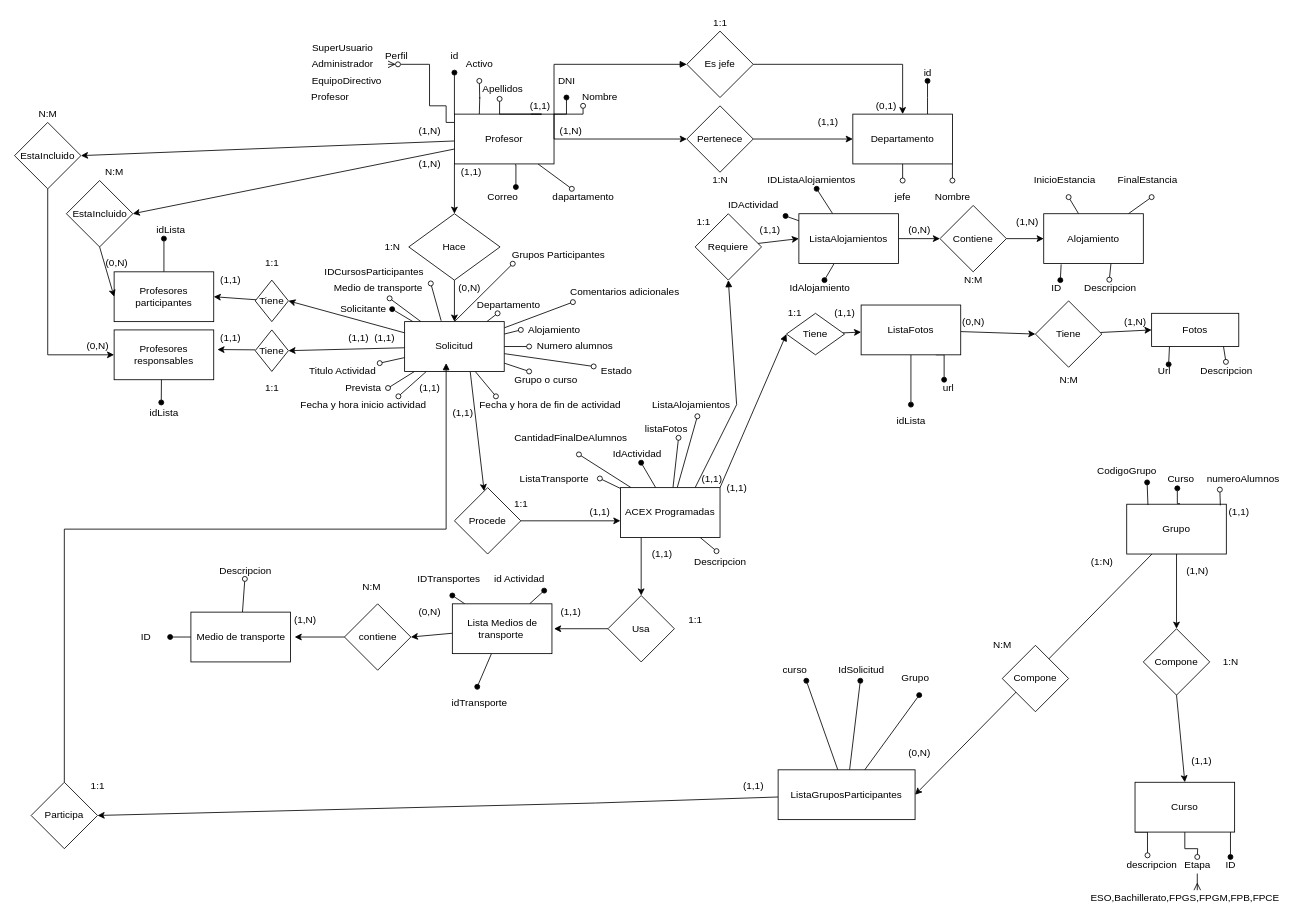
Above: Diagrama de entidad relacion.drawio in IkerG04/RetoEquipo5 (draw.io), before the change. Source tidied: cells renumbered, new cells numbered last; positions are measured from the earlier drawing's top-left corner, leaving out a move shared by most shapes. Both pictures are drawn from the tidied source at 83%, with x=0, y=0 at pixel (14, 14).
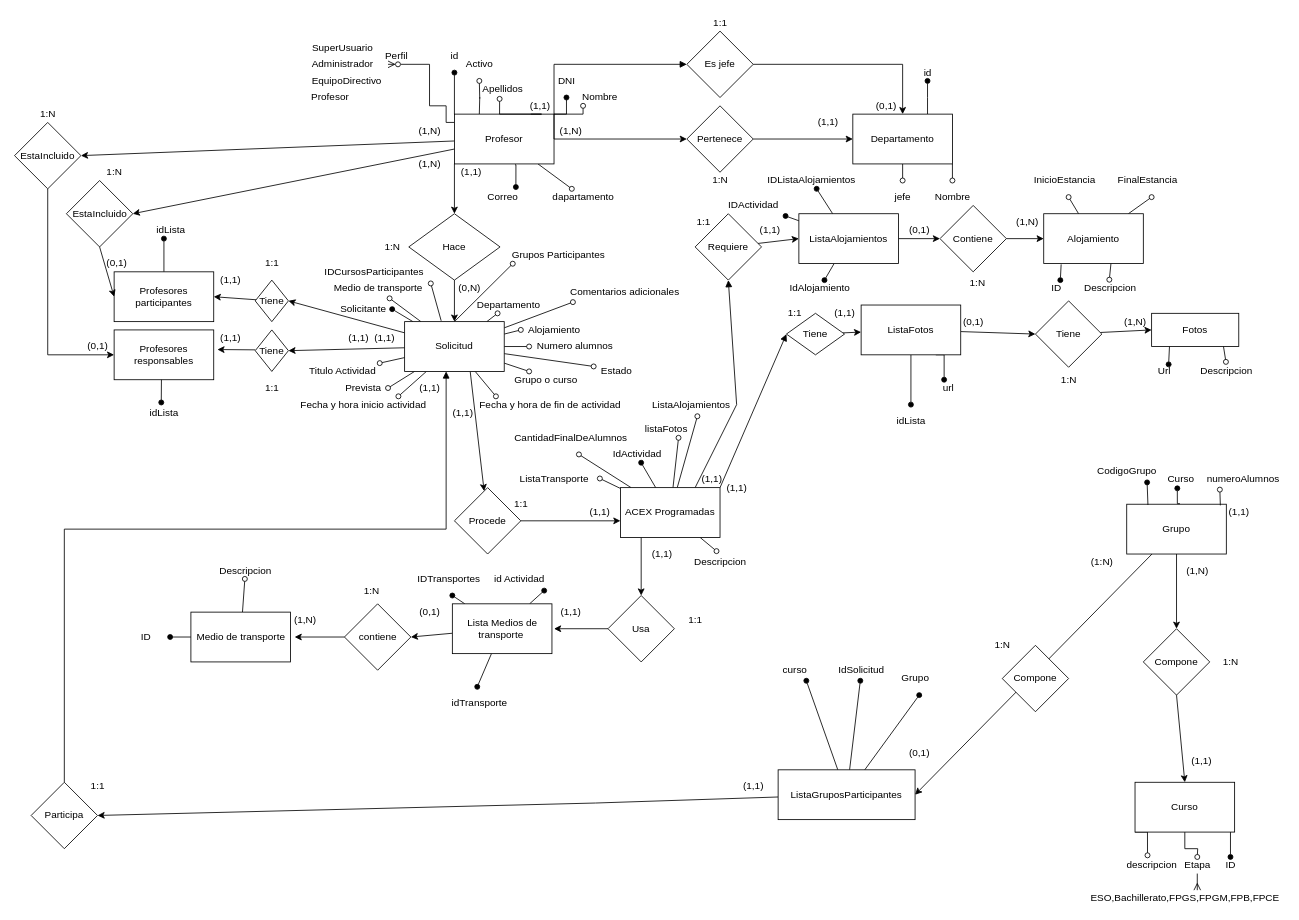
The same page after the edit.

Commit message:
Diagrama entidad relacion, de la buena

Me equivoque en las relaciones de N:M ya que no son necesarias al haber creado las tablas de antemano en vez de hacerlas en las relaciones entre tablas

The change refers to these unchanged cells:
```xml
<mxCell id="105" value="Participa" style="rhombus;whiteSpace=wrap;html=1;" parent="1" vertex="1">
  <mxGeometry x="20" y="925" width="80" height="80" as="geometry" />
</mxCell>
```

Change to the diagram source:
```diff
@@
     <mxCell id="104" style="edgeStyle=none;rounded=0;jettySize=auto;html=1;endArrow=block;endFill=1;" parent="1" edge="1" source="105">
       <mxGeometry relative="1" as="geometry">
-        <mxPoint x="520" y="420" as="targetPoint" />
+        <mxPoint x="520" y="430" as="targetPoint" />
         <Array as="points">
           <mxPoint x="60" y="620" />
           <mxPoint x="520" y="620" />
         </Array>
       </mxGeometry>
     </mxCell>
@@
-    <mxCell id="191" value="(0,N)" style="text;html=1;align=center;verticalAlign=middle;strokeColor=none;fillColor=none;" parent="1" vertex="1">
-      <mxGeometry x="1070" y="880" width="40" height="20" as="geometry" />
+    <mxCell id="191" value="(0,1)" style="text;html=1;align=center;verticalAlign=middle;strokeColor=none;fillColor=none;" parent="1" vertex="1">
+      <mxGeometry x="1065" y="875" width="50" height="30" as="geometry" />
     </mxCell>
@@
-    <mxCell id="193" value="N:M" style="text;html=1;align=center;verticalAlign=middle;strokeColor=none;fillColor=none;" parent="1" vertex="1">
-      <mxGeometry x="1170" y="750" width="40" height="20" as="geometry" />
+    <mxCell id="193" value="1:N" style="text;html=1;align=center;verticalAlign=middle;strokeColor=none;fillColor=none;" parent="1" vertex="1">
+      <mxGeometry x="1170" y="745" width="40" height="30" as="geometry" />
     </mxCell>
@@
-    <mxCell id="198" value="(0,N)" style="text;html=1;align=center;verticalAlign=middle;strokeColor=none;fillColor=none;" parent="1" vertex="1">
-      <mxGeometry x="480" y="710" width="40" height="20" as="geometry" />
+    <mxCell id="198" value="(0,1)" style="text;html=1;align=center;verticalAlign=middle;strokeColor=none;fillColor=none;" parent="1" vertex="1">
+      <mxGeometry x="475" y="705" width="50" height="30" as="geometry" />
     </mxCell>
-    <mxCell id="199" value="N:M" style="text;html=1;align=center;verticalAlign=middle;strokeColor=none;fillColor=none;" parent="1" vertex="1">
-      <mxGeometry x="410" y="680" width="40" height="20" as="geometry" />
+    <mxCell id="199" value="1:N" style="text;html=1;align=center;verticalAlign=middle;strokeColor=none;fillColor=none;" parent="1" vertex="1">
+      <mxGeometry x="410" y="680" width="40" height="30" as="geometry" />
     </mxCell>
@@
-    <mxCell id="213" value="(0,N)" style="text;html=1;align=center;verticalAlign=middle;strokeColor=none;fillColor=none;" parent="1" vertex="1">
-      <mxGeometry x="1135" y="360" width="40" height="20" as="geometry" />
+    <mxCell id="213" value="(0,1)" style="text;html=1;align=center;verticalAlign=middle;strokeColor=none;fillColor=none;" parent="1" vertex="1">
+      <mxGeometry x="1130" y="355" width="50" height="30" as="geometry" />
     </mxCell>
-    <mxCell id="214" value="N:M" style="text;html=1;align=center;verticalAlign=middle;strokeColor=none;fillColor=none;" parent="1" vertex="1">
-      <mxGeometry x="1250" y="430" width="40" height="20" as="geometry" />
+    <mxCell id="214" value="1:N" style="text;html=1;align=center;verticalAlign=middle;strokeColor=none;fillColor=none;" parent="1" vertex="1">
+      <mxGeometry x="1250" y="425" width="40" height="30" as="geometry" />
     </mxCell>
-    <mxCell id="215" value="N:M" style="text;html=1;align=center;verticalAlign=middle;strokeColor=none;fillColor=none;" parent="1" vertex="1">
-      <mxGeometry x="1135" y="310" width="40" height="20" as="geometry" />
-    </mxCell>
-    <mxCell id="216" value="(0,N)" style="text;html=1;align=center;verticalAlign=middle;strokeColor=none;fillColor=none;" parent="1" vertex="1">
-      <mxGeometry x="1070" y="250" width="40" height="20" as="geometry" />
+    <mxCell id="216" value="(0,1)" style="text;html=1;align=center;verticalAlign=middle;strokeColor=none;fillColor=none;" parent="1" vertex="1">
+      <mxGeometry x="1065" y="245" width="50" height="30" as="geometry" />
     </mxCell>
@@
-    <mxCell id="228" value="(0,N)" style="text;html=1;align=center;verticalAlign=middle;strokeColor=none;fillColor=none;" parent="1" vertex="1">
-      <mxGeometry x="102.5" y="290" width="40" height="20" as="geometry" />
+    <mxCell id="228" value="(0,1)" style="text;html=1;align=center;verticalAlign=middle;strokeColor=none;fillColor=none;" parent="1" vertex="1">
+      <mxGeometry x="97.5" y="285" width="50" height="30" as="geometry" />
     </mxCell>
-    <mxCell id="229" value="(0,N)" style="text;html=1;align=center;verticalAlign=middle;strokeColor=none;fillColor=none;" parent="1" vertex="1">
-      <mxGeometry x="80" y="390" width="40" height="20" as="geometry" />
+    <mxCell id="229" value="(0,1)" style="text;html=1;align=center;verticalAlign=middle;strokeColor=none;fillColor=none;" parent="1" vertex="1">
+      <mxGeometry x="75" y="385" width="50" height="30" as="geometry" />
     </mxCell>
@@
-    <mxCell id="232" value="N:M" style="text;html=1;align=center;verticalAlign=middle;strokeColor=none;fillColor=none;" parent="1" vertex="1">
-      <mxGeometry x="100" y="180" width="40" height="20" as="geometry" />
+    <mxCell id="232" value="1:N" style="text;html=1;align=center;verticalAlign=middle;strokeColor=none;fillColor=none;" parent="1" vertex="1">
+      <mxGeometry x="100" y="175" width="40" height="30" as="geometry" />
     </mxCell>
-    <mxCell id="233" value="N:M" style="text;html=1;align=center;verticalAlign=middle;strokeColor=none;fillColor=none;" parent="1" vertex="1">
-      <mxGeometry x="20" y="110" width="40" height="20" as="geometry" />
+    <mxCell id="233" value="1:N" style="text;html=1;align=center;verticalAlign=middle;strokeColor=none;fillColor=none;" parent="1" vertex="1">
+      <mxGeometry x="20" y="105" width="40" height="30" as="geometry" />
     </mxCell>
@@
+    <mxCell id="240" value="1:N" style="text;html=1;align=center;verticalAlign=middle;strokeColor=none;fillColor=none;" parent="1" vertex="1">
+      <mxGeometry x="1140" y="308" width="40" height="30" as="geometry" />
+    </mxCell>
```
